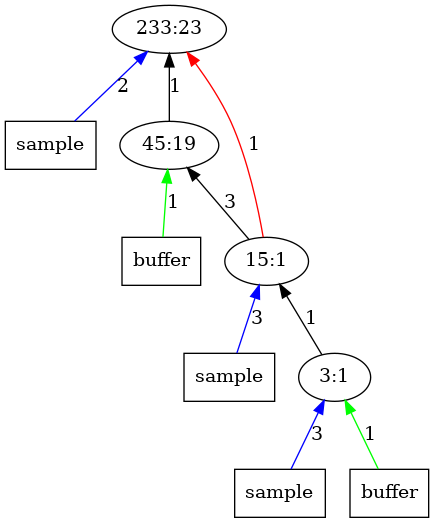
Before: outputImages/op23.png.png, a diagram exported from Graphviz (AbhikKhan/MTP_IITG). Its source is kept beside it as outputTrees/op23.dot. Its diagram source:
```dot
digraph Tree{
	rankdir="BT"
	x11 -> 1 [label = "2", color = "blue"];
	x11 [label = "sample", shape = "box"];
	1 [label = "233:23"];
	2 -> 1 [label = "1", color = "black"];
	x22 -> 2 [label = "1", color = "green"];
	x22 [label = "buffer", shape = "box"];
	2 [label = "45:19"];
	3 -> 1 [label = "1", color = "red"];
	3 -> 2 [label = "3", color = "black"];
	x31 -> 3 [label = "3", color = "blue"];
	x31 [label = "sample", shape = "box"];
	3 [label = "15:1"];
	4 -> 3 [label = "1", color = "black"];
	x41 -> 4 [label = "3", color = "blue"];
	x41 [label = "sample", shape = "box"];
	x42 -> 4 [label = "1", color = "green"];
	x42 [label = "buffer", shape = "box"];
	4 [label = "3:1"];
}
```
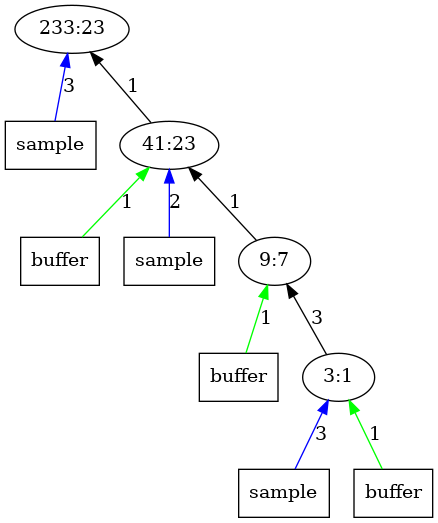
Later version of the same file.

What changed in the source:
```diff
@@ -1,18 +1,19 @@
 digraph Tree{
 	rankdir="BT"
-	x11 -> 1 [label = "2", color = "blue"];
+	x11 -> 1 [label = "3", color = "blue"];
 	x11 [label = "sample", shape = "box"];
 	1 [label = "233:23"];
-	2 -> 1 [label = "1", color = "black"];
 	x22 -> 2 [label = "1", color = "green"];
 	x22 [label = "buffer", shape = "box"];
-	2 [label = "45:19"];
-	3 -> 1 [label = "1", color = "red"];
-	3 -> 2 [label = "3", color = "black"];
-	x31 -> 3 [label = "3", color = "blue"];
-	x31 [label = "sample", shape = "box"];
-	3 [label = "15:1"];
-	4 -> 3 [label = "1", color = "black"];
+	2 -> 1 [label = "1", color = "black"];
+	x21 -> 2 [label = "2", color = "blue"];
+	x21 [label = "sample", shape = "box"];
+	2 [label = "41:23"];
+	3 -> 2 [label = "1", color = "black"];
+	x32 -> 3 [label = "1", color = "green"];
+	x32 [label = "buffer", shape = "box"];
+	3 [label = "9:7"];
+	4 -> 3 [label = "3", color = "black"];
 	x41 -> 4 [label = "3", color = "blue"];
 	x41 [label = "sample", shape = "box"];
 	x42 -> 4 [label = "1", color = "green"];
```
